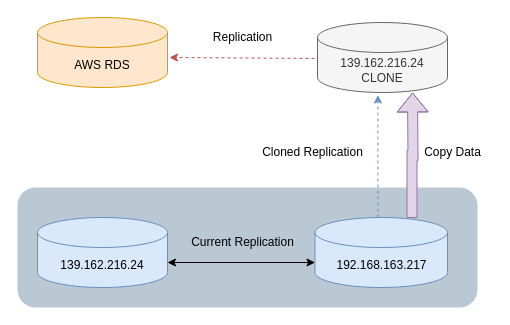
The draw.io diagram inframation.drawio in lukaszmalik/widearea-migration-diagram, before the edit. Source tidied: cells renumbered, new cells numbered last; positions are measured from the earlier drawing's top-left corner, leaving out a move shared by most shapes. Both pictures are drawn from the tidied source at 100%, with x=0, y=0 at pixel (17, 17).
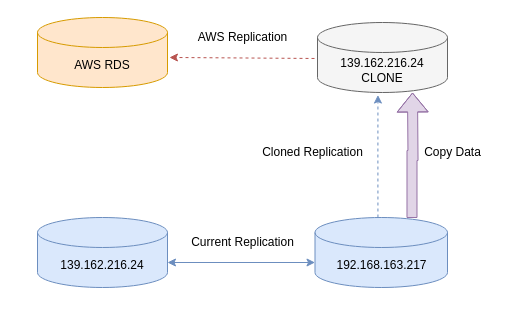
Above is the later version.

Diff of the diagram source:
```diff
@@
 <mxGraphModel>
   <root>
     <mxCell id="0" />
     <mxCell id="1" parent="0" />
-    <mxCell id="2" style="rounded=1;whiteSpace=wrap;html=1;horizontal=0;fillColor=#bac8d3;strokeColor=none;shadow=0;" parent="1" vertex="1">
-      <mxGeometry y="170" width="460" height="120" as="geometry" />
-    </mxCell>
-    <mxCell id="3" value="139.162.216.24" style="shape=cylinder3;whiteSpace=wrap;html=1;boundedLbl=1;backgroundOutline=1;size=15;fillColor=#dae8fc;strokeColor=#6c8ebf;" parent="1" vertex="1">
+    <mxCell id="3" value="139.162.216.24" style="shape=cylinder3;whiteSpace=wrap;html=1;boundedLbl=1;backgroundOutline=1;size=15;fillColor=#dae8fc;strokeColor=#6c8ebf;fontColor=#000000;" parent="1" vertex="1">
       <mxGeometry x="20" y="200" width="130" height="70" as="geometry" />
     </mxCell>
-    <mxCell id="4" value="&lt;div&gt;192.168.163.217&lt;/div&gt;" style="shape=cylinder3;whiteSpace=wrap;html=1;boundedLbl=1;backgroundOutline=1;size=15;fillColor=#dae8fc;strokeColor=#6c8ebf;" parent="1" vertex="1">
+    <mxCell id="4" value="&lt;div&gt;192.168.163.217&lt;/div&gt;" style="shape=cylinder3;whiteSpace=wrap;html=1;boundedLbl=1;backgroundOutline=1;size=15;fillColor=#dae8fc;strokeColor=#6c8ebf;fontColor=#000000;" parent="1" vertex="1">
       <mxGeometry x="297.5" y="200" width="132.5" height="70" as="geometry" />
     </mxCell>
-    <mxCell id="5" value="&lt;div&gt;AWS RDS&lt;/div&gt;" style="shape=cylinder3;whiteSpace=wrap;html=1;boundedLbl=1;backgroundOutline=1;size=15;fillColor=#ffe6cc;strokeColor=#d79b00;" parent="1" vertex="1">
+    <mxCell id="5" value="&lt;div&gt;AWS RDS&lt;/div&gt;" style="shape=cylinder3;whiteSpace=wrap;html=1;boundedLbl=1;backgroundOutline=1;size=15;fillColor=#ffe6cc;strokeColor=#d79b00;fontColor=#000000;" parent="1" vertex="1">
       <mxGeometry x="20" width="130" height="70" as="geometry" />
     </mxCell>
     <mxCell id="6" style="edgeStyle=orthogonalEdgeStyle;rounded=0;jettySize=auto;html=1;fillColor=#dae8fc;strokeColor=#6c8ebf;exitX=0.475;exitY=0;exitDx=0;exitDy=0;exitPerimeter=0;entryX=0.465;entryY=1.036;entryDx=0;entryDy=0;entryPerimeter=0;dashed=1;" parent="1" edge="1" source="4" target="7">
       <mxGeometry relative="1" as="geometry" />
     </mxCell>
-    <mxCell id="7" value="139.162.216.24 CLONE" style="shape=cylinder3;whiteSpace=wrap;html=1;boundedLbl=1;backgroundOutline=1;size=15;fillColor=#f5f5f5;strokeColor=#666666;fontColor=#333333;" parent="1" vertex="1">
+    <mxCell id="7" value="139.162.216.24 CLONE" style="shape=cylinder3;whiteSpace=wrap;html=1;boundedLbl=1;backgroundOutline=1;size=15;fillColor=#f5f5f5;strokeColor=#666666;fontColor=#000000;" parent="1" vertex="1">
       <mxGeometry x="300" y="5" width="130" height="70" as="geometry" />
     </mxCell>
-    <mxCell id="8" style="endArrow=classic;startArrow=classic;html=1;rounded=0;entryX=0;entryY=0;entryDx=0;entryDy=45;entryPerimeter=0;exitX=1;exitY=0;exitDx=0;exitDy=45;exitPerimeter=0;" parent="1" edge="1" source="3" target="4">
+    <mxCell id="8" style="endArrow=classic;startArrow=classic;html=1;rounded=0;entryX=0;entryY=0;entryDx=0;entryDy=45;entryPerimeter=0;exitX=1;exitY=0;exitDx=0;exitDy=45;exitPerimeter=0;fillColor=#dae8fc;strokeColor=#6c8ebf;" parent="1" edge="1" source="3" target="4">
       <mxGeometry relative="1" as="geometry" />
     </mxCell>
     <mxCell id="9" style="endArrow=classic;html=1;rounded=0;exitX=-0.023;exitY=0.514;exitDx=0;exitDy=0;exitPerimeter=0;fillColor=#f8cecc;strokeColor=#b85450;entryX=1.015;entryY=0.571;entryDx=0;entryDy=0;entryPerimeter=0;dashed=1;" parent="1" edge="1" source="7" target="5">
       <mxGeometry relative="1" as="geometry" />
     </mxCell>
-    <mxCell id="10" value="Replication" style="text;html=1;align=center;verticalAlign=middle;strokeColor=none;fillColor=none;" parent="1" vertex="1">
-      <mxGeometry x="180" y="5" width="90" height="30" as="geometry" />
+    <mxCell id="10" value="AWS Replication" style="text;html=1;align=center;verticalAlign=middle;strokeColor=none;fillColor=none;" parent="1" vertex="1">
+      <mxGeometry x="170" y="5" width="110" height="30" as="geometry" />
     </mxCell>
     <mxCell id="11" value="Cloned Replication" style="text;html=1;align=center;verticalAlign=middle;strokeColor=none;fillColor=none;" parent="1" vertex="1">
       <mxGeometry x="230" y="120" width="130" height="30" as="geometry" />
     </mxCell>
     <mxCell id="12" value="Current Replication" style="text;html=1;align=center;verticalAlign=middle;strokeColor=none;fillColor=none;" parent="1" vertex="1">
       <mxGeometry x="160" y="210" width="130" height="30" as="geometry" />
     </mxCell>
     <mxCell id="13" style="edgeStyle=orthogonalEdgeStyle;rounded=0;jettySize=auto;html=1;fillColor=#e1d5e7;strokeColor=#9673a6;exitX=0.732;exitY=0.007;exitDx=0;exitDy=0;exitPerimeter=0;entryX=0.465;entryY=1.036;entryDx=0;entryDy=0;entryPerimeter=0;shape=flexArrow;" parent="1" edge="1" source="4">
       <mxGeometry relative="1" as="geometry">
         <mxPoint x="395" y="75" as="targetPoint" />
       </mxGeometry>
     </mxCell>
     <mxCell id="14" value="Copy Data" style="text;html=1;align=center;verticalAlign=middle;strokeColor=none;fillColor=none;" parent="1" vertex="1">
       <mxGeometry x="395" y="120" width="80" height="30" as="geometry" />
     </mxCell>
   </root>
 </mxGraphModel>
```
